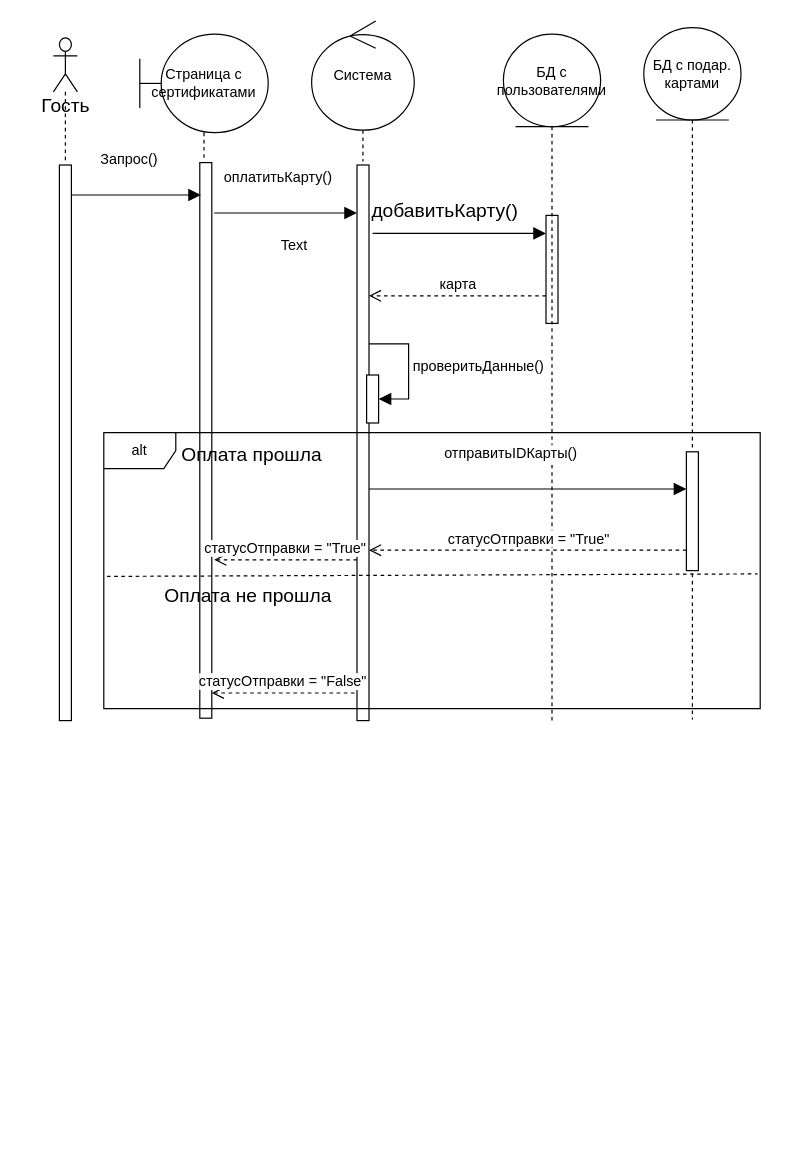
This is Диаграмма практика 4.drawio from danaddi/draw.io, a draw.io file, before an edit. Source tidied: cells renumbered, new cells numbered last; positions are measured from the earlier drawing's top-left corner, leaving out a move shared by most shapes. Both pictures are drawn from the tidied source at 120%, with x=0, y=0 at pixel (30, 20).
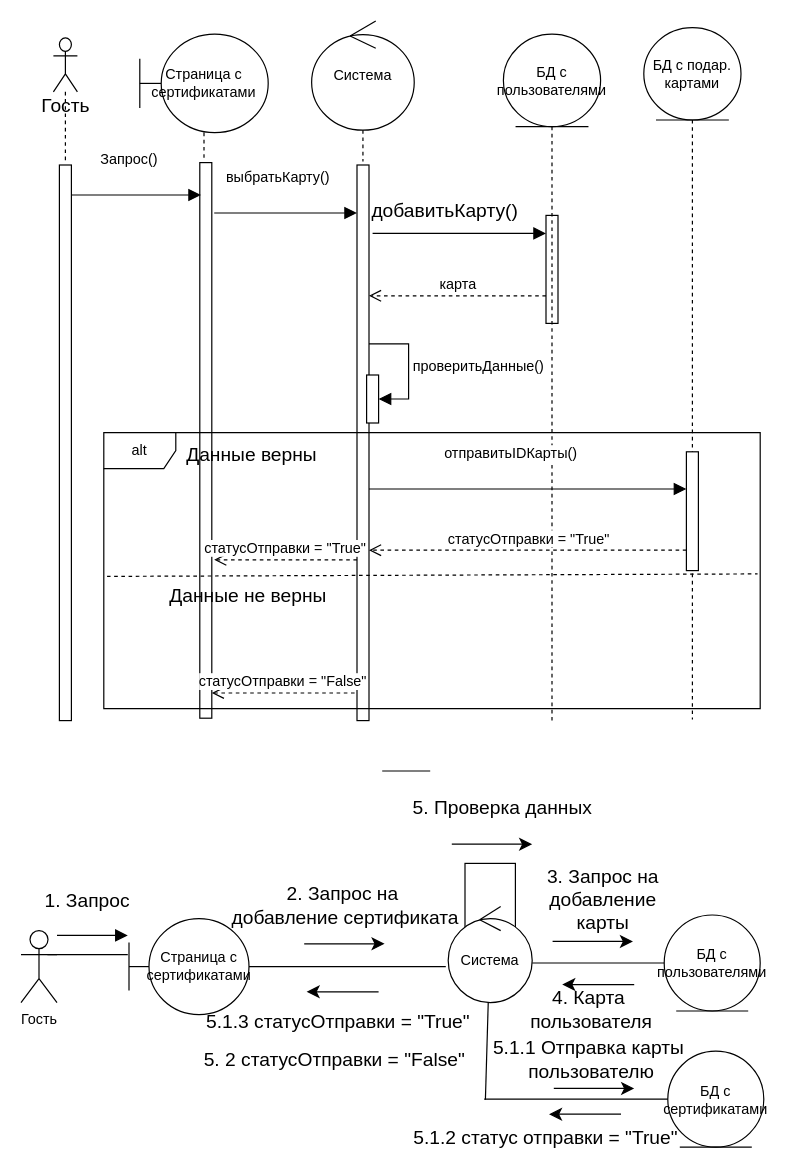
Above is the later version.

The edit, as a diff of the source:
```diff
@@
-    <mxCell id="13" value="оплатитьКарту()" style="html=1;verticalAlign=bottom;endArrow=block;curved=0;rounded=0;fontSize=12;startSize=8;endSize=8;" parent="1" edge="1">
+    <mxCell id="13" value="выбратьКарту()" style="html=1;verticalAlign=bottom;endArrow=block;curved=0;rounded=0;fontSize=12;startSize=8;endSize=8;" parent="1" edge="1">
       <mxGeometry x="-0.11" y="20" relative="1" as="geometry">
         <mxPoint x="153" y="160" as="sourcePoint" />
         <mxPoint x="272" y="160" as="targetPoint" />
       </mxGeometry>
     </mxCell>
@@
-    <mxCell id="23" value="Оплата прошла" style="text;html=1;align=center;verticalAlign=middle;strokeColor=none;fillColor=none;fontSize=16;" parent="1" vertex="1">
-      <mxGeometry x="116" y="345" width="135" height="31" as="geometry" />
+    <mxCell id="23" value="Данные верны" style="text;html=1;align=center;verticalAlign=middle;strokeColor=none;fillColor=none;fontSize=16;" parent="1" vertex="1">
+      <mxGeometry x="120" y="345" width="127" height="31" as="geometry" />
     </mxCell>
-    <mxCell id="24" value="Оплата не прошла" style="text;html=1;align=center;verticalAlign=middle;strokeColor=none;fillColor=none;fontSize=16;" parent="1" vertex="1">
-      <mxGeometry x="102" y="463" width="157" height="31" as="geometry" />
+    <mxCell id="24" value="Данные не верны" style="text;html=1;align=center;verticalAlign=middle;strokeColor=none;fillColor=none;fontSize=16;" parent="1" vertex="1">
+      <mxGeometry x="106" y="463" width="149" height="31" as="geometry" />
     </mxCell>
@@
-    <mxCell id="27" value="Text" style="text;html=1;align=center;verticalAlign=middle;whiteSpace=wrap;rounded=0;" parent="1" vertex="1">
-      <mxGeometry x="190" y="172" width="60" height="30" as="geometry" />
-    </mxCell>
@@
+    <mxCell id="29" value="Гость" style="shape=umlActor;verticalLabelPosition=bottom;verticalAlign=top;html=1;" parent="1" vertex="1">
+      <mxGeometry x="-8" y="758" width="30" height="60" as="geometry" />
+    </mxCell>
+    <mxCell id="30" value="Страница с сертификатами" style="shape=umlBoundary;whiteSpace=wrap;html=1;" parent="1" vertex="1">
+      <mxGeometry x="82" y="748" width="100" height="80" as="geometry" />
+    </mxCell>
+    <mxCell id="31" value="БД с пользователями" style="ellipse;shape=umlEntity;whiteSpace=wrap;html=1;" parent="1" vertex="1">
+      <mxGeometry x="528" y="745" width="80" height="80" as="geometry" />
+    </mxCell>
+    <mxCell id="32" style="line;strokeWidth=1;fillColor=none;align=left;verticalAlign=middle;spacingTop=-1;spacingLeft=3;spacingRight=3;labelPosition=right;strokeColor=inherit;" parent="1" vertex="1">
+      <mxGeometry x="14" y="774" width="67" height="8" as="geometry" />
+    </mxCell>
+    <mxCell id="33" style="html=1;verticalAlign=bottom;endArrow=block;curved=0;rounded=0;fontSize=12;startSize=8;endSize=8;" parent="1" edge="1">
+      <mxGeometry x="0.02" y="19" relative="1" as="geometry">
+        <mxPoint x="22" y="762" as="sourcePoint" />
+        <mxPoint x="81" y="762" as="targetPoint" />
+        <mxPoint x="1" as="offset" />
+      </mxGeometry>
+    </mxCell>
+    <mxCell id="34" style="line;strokeWidth=1;fillColor=none;align=left;verticalAlign=middle;spacingTop=-1;spacingLeft=3;spacingRight=3;labelPosition=right;strokeColor=inherit;" parent="1" vertex="1">
+      <mxGeometry x="182" y="784" width="164" height="8" as="geometry" />
+    </mxCell>
+    <mxCell id="35" style="edgeStyle=none;orthogonalLoop=1;jettySize=auto;html=1;rounded=0;fontSize=12;startSize=8;endSize=8;curved=1;" parent="1" edge="1">
+      <mxGeometry relative="1" as="geometry">
+        <mxPoint x="228" y="769" as="sourcePoint" />
+        <mxPoint x="295" y="769" as="targetPoint" />
+      </mxGeometry>
+    </mxCell>
+    <mxCell id="36" value="2. Запрос на&amp;nbsp;&lt;div&gt;добавление сертификата&lt;/div&gt;" style="text;html=1;align=center;verticalAlign=middle;strokeColor=none;fillColor=none;fontSize=16;" parent="1" vertex="1">
+      <mxGeometry x="158" y="712" width="207" height="50" as="geometry" />
+    </mxCell>
+    <mxCell id="37" value="1. Запрос" style="text;html=1;align=center;verticalAlign=middle;strokeColor=none;fillColor=none;fontSize=16;" parent="1" vertex="1">
+      <mxGeometry x="2" y="717" width="89" height="31" as="geometry" />
+    </mxCell>
+    <mxCell id="38" style="edgeStyle=none;orthogonalLoop=1;jettySize=auto;html=1;rounded=0;fontSize=12;startSize=8;endSize=8;curved=1;" parent="1" edge="1">
+      <mxGeometry relative="1" as="geometry">
+        <mxPoint x="290" y="809" as="sourcePoint" />
+        <mxPoint x="230" y="809" as="targetPoint" />
+      </mxGeometry>
+    </mxCell>
+    <mxCell id="39" value="5.1.3 статусОтправки = &quot;True&quot;" style="text;html=1;align=center;verticalAlign=middle;strokeColor=none;fillColor=none;fontSize=16;" parent="1" vertex="1">
+      <mxGeometry x="137" y="818" width="238" height="31" as="geometry" />
+    </mxCell>
+    <mxCell id="40" value="5. 2 статусОтправки = &quot;False&quot;" style="text;html=1;align=center;verticalAlign=middle;strokeColor=none;fillColor=none;fontSize=16;" parent="1" vertex="1">
+      <mxGeometry x="135" y="849" width="236" height="31" as="geometry" />
+    </mxCell>
+    <mxCell id="41" style="rounded=0;whiteSpace=wrap;html=1;" parent="1" vertex="1">
+      <mxGeometry x="362" y="702" width="42" height="60" as="geometry" />
+    </mxCell>
+    <mxCell id="42" style="edgeStyle=none;orthogonalLoop=1;jettySize=auto;html=1;rounded=0;fontSize=12;startSize=8;endSize=8;curved=1;" parent="1" edge="1">
+      <mxGeometry relative="1" as="geometry">
+        <mxPoint x="351" y="686" as="sourcePoint" />
+        <mxPoint x="418" y="686" as="targetPoint" />
+      </mxGeometry>
+    </mxCell>
+    <mxCell id="43" value="5. Проверка данных" style="text;html=1;align=center;verticalAlign=middle;strokeColor=none;fillColor=none;fontSize=16;" parent="1" vertex="1">
+      <mxGeometry x="309.5" y="639.5" width="167" height="31" as="geometry" />
+    </mxCell>
+    <mxCell id="44" style="line;strokeWidth=1;fillColor=none;align=left;verticalAlign=middle;spacingTop=-1;spacingLeft=3;spacingRight=3;labelPosition=right;strokeColor=inherit;" parent="1" vertex="1">
+      <mxGeometry x="418" y="781" width="110" height="8" as="geometry" />
+    </mxCell>
+    <mxCell id="45" style="edgeStyle=none;orthogonalLoop=1;jettySize=auto;html=1;rounded=0;fontSize=12;startSize=8;endSize=8;curved=1;" parent="1" edge="1">
+      <mxGeometry relative="1" as="geometry">
+        <mxPoint x="435" y="767" as="sourcePoint" />
+        <mxPoint x="502" y="767" as="targetPoint" />
+      </mxGeometry>
+    </mxCell>
+    <mxCell id="46" value="3. Запрос на&amp;nbsp;&lt;div&gt;добавление&amp;nbsp;&lt;/div&gt;&lt;div&gt;карты&amp;nbsp;&lt;/div&gt;" style="text;html=1;align=center;verticalAlign=middle;strokeColor=none;fillColor=none;fontSize=16;" parent="1" vertex="1">
+      <mxGeometry x="421" y="697" width="115" height="70" as="geometry" />
+    </mxCell>
+    <mxCell id="47" style="edgeStyle=none;orthogonalLoop=1;jettySize=auto;html=1;rounded=0;fontSize=12;startSize=8;endSize=8;curved=1;" parent="1" edge="1">
+      <mxGeometry relative="1" as="geometry">
+        <mxPoint x="503" y="803" as="sourcePoint" />
+        <mxPoint x="443" y="803" as="targetPoint" />
+      </mxGeometry>
+    </mxCell>
+    <mxCell id="48" value="4. Карта&amp;nbsp;&lt;div&gt;пользователя&lt;/div&gt;" style="text;html=1;align=center;verticalAlign=middle;strokeColor=none;fillColor=none;fontSize=16;" parent="1" vertex="1">
+      <mxGeometry x="407" y="799" width="119" height="50" as="geometry" />
+    </mxCell>
+    <mxCell id="49" value="БД с сертификатами" style="ellipse;shape=umlEntity;whiteSpace=wrap;html=1;" parent="1" vertex="1">
+      <mxGeometry x="531" y="858.5" width="80" height="80" as="geometry" />
+    </mxCell>
+    <mxCell id="50" style="line;strokeWidth=1;fillColor=none;align=left;verticalAlign=middle;spacingTop=-1;spacingLeft=3;spacingRight=3;labelPosition=right;strokeColor=inherit;" parent="1" vertex="1">
+      <mxGeometry x="378" y="894.5" width="153" height="8" as="geometry" />
+    </mxCell>
+    <mxCell id="51" style="line;strokeWidth=1;fillColor=none;align=left;verticalAlign=middle;spacingTop=-1;spacingLeft=3;spacingRight=3;labelPosition=right;strokeColor=inherit;" parent="1" vertex="1">
+      <mxGeometry x="293" y="621" width="40" height="8" as="geometry" />
+    </mxCell>
+    <mxCell id="52" style="endArrow=classic;html=1;rounded=0;fontSize=12;startSize=8;endSize=8;curved=1;entryX=0.5;entryY=1;entryDx=0;entryDy=0;" parent="1" edge="1" target="41">
+      <mxGeometry relative="1" as="geometry">
+        <mxPoint x="379" y="899" as="sourcePoint" />
+      </mxGeometry>
+    </mxCell>
+    <mxCell id="53" value="Система" style="ellipse;shape=umlControl;whiteSpace=wrap;html=1;" parent="1" vertex="1">
+      <mxGeometry x="348" y="738" width="70" height="80" as="geometry" />
+    </mxCell>
+    <mxCell id="54" value="5.1.1 Отправка карты&amp;nbsp;&lt;div&gt;пользователю&lt;/div&gt;" style="text;html=1;align=center;verticalAlign=middle;strokeColor=none;fillColor=none;fontSize=16;" parent="1" vertex="1">
+      <mxGeometry x="375.5" y="839.5" width="182" height="50" as="geometry" />
+    </mxCell>
+    <mxCell id="55" style="edgeStyle=none;orthogonalLoop=1;jettySize=auto;html=1;rounded=0;fontSize=12;startSize=8;endSize=8;curved=1;" parent="1" edge="1">
+      <mxGeometry relative="1" as="geometry">
+        <mxPoint x="436" y="889.5" as="sourcePoint" />
+        <mxPoint x="503" y="889.5" as="targetPoint" />
+      </mxGeometry>
+    </mxCell>
+    <mxCell id="56" style="edgeStyle=none;orthogonalLoop=1;jettySize=auto;html=1;rounded=0;fontSize=12;startSize=8;endSize=8;curved=1;" parent="1" edge="1">
+      <mxGeometry relative="1" as="geometry">
+        <mxPoint x="492" y="911" as="sourcePoint" />
+        <mxPoint x="432" y="911" as="targetPoint" />
+      </mxGeometry>
+    </mxCell>
+    <mxCell id="57" value="5.1.2 статус отправки = &quot;True&quot;" style="text;html=1;align=center;verticalAlign=middle;strokeColor=none;fillColor=none;fontSize=16;" parent="1" vertex="1">
+      <mxGeometry x="309.5" y="914" width="238" height="31" as="geometry" />
+    </mxCell>
```
